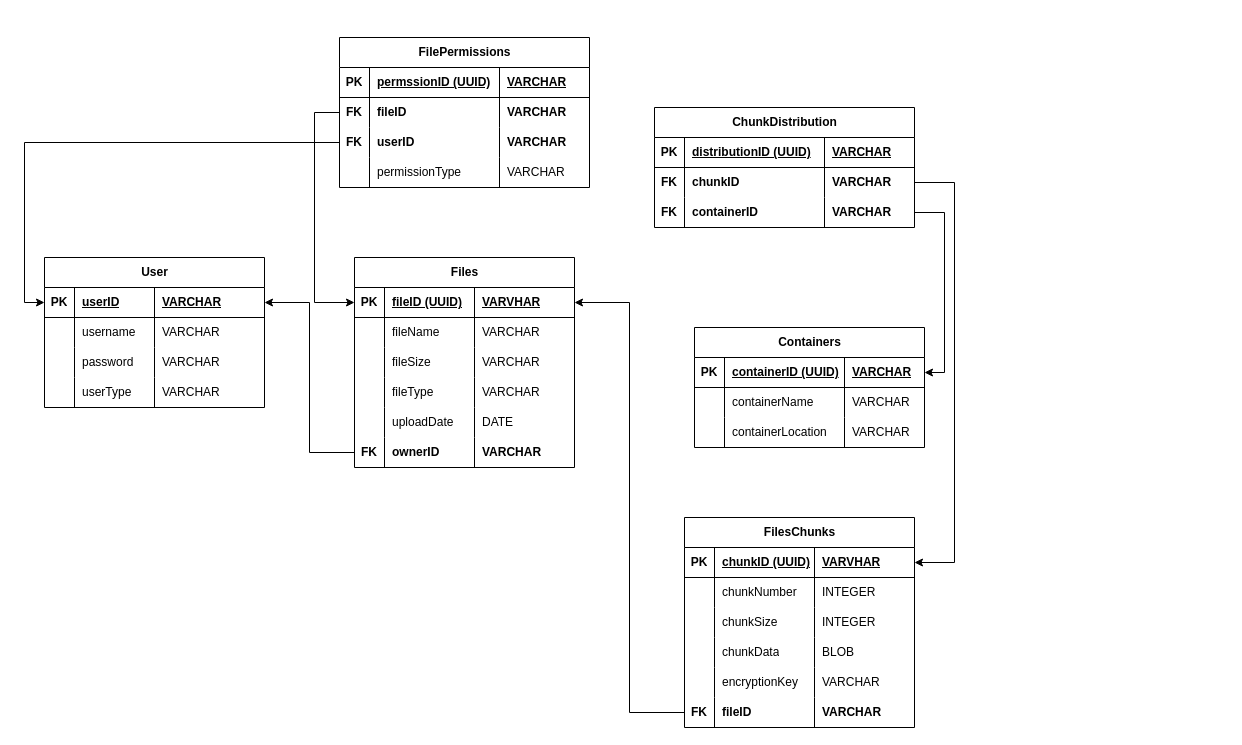
Before: CWK ER-Diagram.drawio in AnjeloM/AnjeloM, a draw.io diagram. Source tidied: cells renumbered, new cells numbered last; positions are measured from the earlier drawing's top-left corner, leaving out a move shared by most shapes. Both pictures are drawn from the tidied source at 100%, with x=0, y=0 at pixel (44, 37).
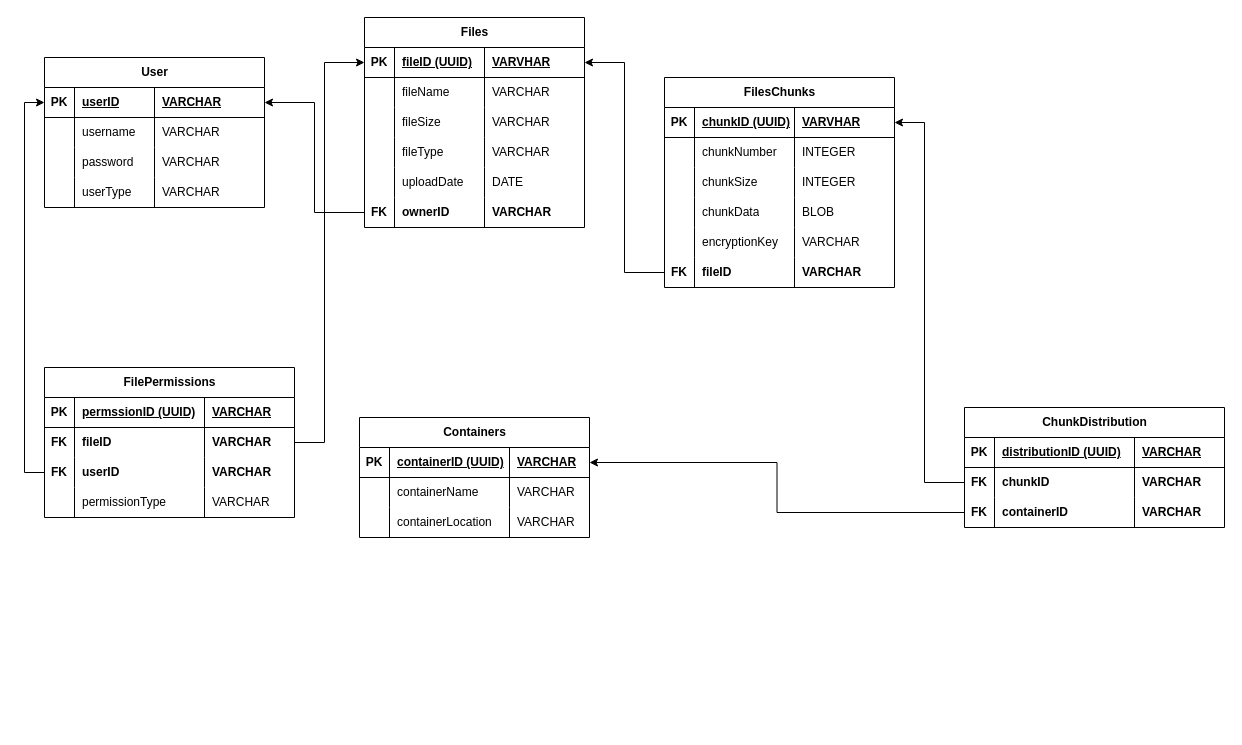
The same page after the edit.

The change refers to these unchanged cells:
```xml
<mxCell id="20" style="shape=tableRow;horizontal=0;startSize=0;swimlaneHead=0;swimlaneBody=0;fillColor=none;points=[[0,0.5],[1,0.5]];portConstraint=eastwest;top=0;left=0;right=0;bottom=1;" parent="19" vertex="1">
  <mxGeometry y="30" width="220" height="30" as="geometry" />
</mxCell>
<mxCell id="45" style="shape=tableRow;horizontal=0;startSize=0;swimlaneHead=0;swimlaneBody=0;fillColor=none;points=[[0,0.5],[1,0.5]];portConstraint=eastwest;top=0;left=0;right=0;bottom=1;" parent="44" vertex="1">
  <mxGeometry y="30" width="230" height="30" as="geometry" />
</mxCell>
<mxCell id="105" style="shape=tableRow;horizontal=0;startSize=0;swimlaneHead=0;swimlaneBody=0;fillColor=none;points=[[0,0.5],[1,0.5]];portConstraint=eastwest;top=0;left=0;right=0;bottom=0;" parent="100" vertex="1">
  <mxGeometry y="60" width="260" height="30" as="geometry" />
</mxCell>
```

The edit, as a diff of the source:
```diff
@@
     <mxCell id="2" value="User" style="shape=table;startSize=30;childLayout=tableLayout;rowLines=0;fontStyle=1;align=center;html=1;" parent="1" vertex="1">
-      <mxGeometry y="220" width="220" height="150" as="geometry" />
+      <mxGeometry y="20" width="220" height="150" as="geometry" />
     </mxCell>
@@
     <mxCell id="19" value="Files" style="shape=table;startSize=30;childLayout=tableLayout;rowLines=0;fontStyle=1;align=center;html=1;" parent="1" vertex="1">
-      <mxGeometry x="310" y="220" width="220" height="210" as="geometry" />
+      <mxGeometry x="320" y="-20" width="220" height="210" as="geometry" />
     </mxCell>
@@
     <mxCell id="44" value="FilesChunks" style="shape=table;startSize=30;childLayout=tableLayout;rowLines=0;fontStyle=1;align=center;html=1;" parent="1" vertex="1">
-      <mxGeometry x="640" y="480" width="230" height="210" as="geometry" />
+      <mxGeometry x="620" y="40" width="230" height="210" as="geometry" />
     </mxCell>
@@
-    <mxCell id="69" style="edgeStyle=orthogonalEdgeStyle;rounded=0;jettySize=auto;html=1;entryX=0;entryY=0.5;entryDx=0;entryDy=0;" parent="1" edge="1" source="70" target="20">
+    <mxCell id="69" style="edgeStyle=orthogonalEdgeStyle;rounded=0;jettySize=auto;html=1;" parent="1" edge="1" source="70" target="20">
       <mxGeometry relative="1" as="geometry">
         <Array as="points">
-          <mxPoint x="270" y="75" />
-          <mxPoint x="270" y="265" />
+          <mxPoint x="280" y="405" />
+          <mxPoint x="280" y="25" />
         </Array>
       </mxGeometry>
     </mxCell>
     <mxCell id="70" value="FilePermissions" style="shape=table;startSize=30;childLayout=tableLayout;rowLines=0;fontStyle=1;align=center;html=1;" parent="1" vertex="1">
-      <mxGeometry x="295" width="250" height="150" as="geometry" />
+      <mxGeometry y="330" width="250" height="150" as="geometry" />
     </mxCell>
@@
     <mxCell id="87" value="Containers" style="shape=table;startSize=30;childLayout=tableLayout;rowLines=0;fontStyle=1;align=center;html=1;" parent="1" vertex="1">
-      <mxGeometry x="650" y="290" width="230" height="120" as="geometry" />
+      <mxGeometry x="315" y="380" width="230" height="120" as="geometry" />
     </mxCell>
@@
     <mxCell id="100" value="ChunkDistribution" style="shape=table;startSize=30;childLayout=tableLayout;rowLines=0;fontStyle=1;align=center;html=1;" parent="1" vertex="1">
-      <mxGeometry x="610" y="70" width="260" height="120" as="geometry" />
+      <mxGeometry x="920" y="370" width="260" height="120" as="geometry" />
     </mxCell>
@@
     <mxCell id="116" style="edgeStyle=orthogonalEdgeStyle;rounded=0;jettySize=auto;html=1;entryX=1;entryY=0.5;entryDx=0;entryDy=0;" parent="1" edge="1" source="105" target="45">
       <mxGeometry relative="1" as="geometry">
         <Array as="points">
-          <mxPoint x="910" y="145" />
-          <mxPoint x="910" y="525" />
+          <mxPoint x="880" y="445" />
+          <mxPoint x="880" y="85" />
         </Array>
       </mxGeometry>
     </mxCell>
```
